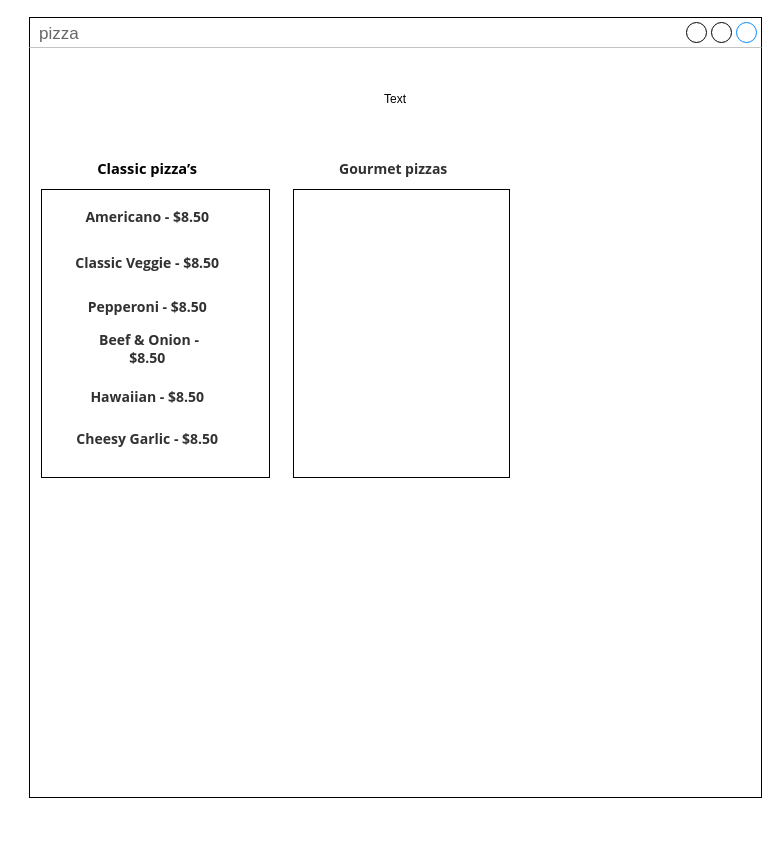
Earlier version of the draw.io diagram page "Page-1" (1 of 2) of Untitled Diagram.drawio (ASDAH-Digtal/pizza-program-mavehanisi2005). Source tidied: cells renumbered, new cells numbered last; positions are measured from the earlier drawing's top-left corner, leaving out a move shared by most shapes. Both pictures are drawn from the tidied source at 100%, with x=0, y=0 at pixel (29, 17).
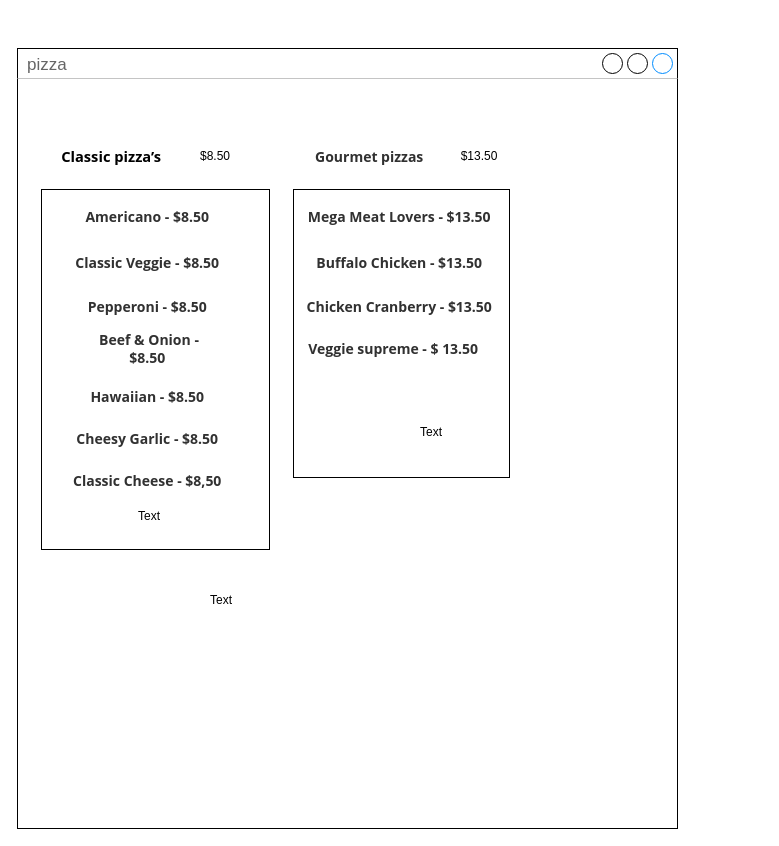
The same page after the edit.

Change to the diagram source:
```diff
@@
     <mxCell id="2" value="pizza&amp;nbsp;" style="strokeWidth=1;shadow=0;dashed=0;align=center;html=1;shape=mxgraph.mockup.containers.window;align=left;verticalAlign=top;spacingLeft=8;strokeColor2=#008cff;strokeColor3=#c4c4c4;fontColor=#666666;mainText=;fontSize=17;labelBackgroundColor=none;" parent="1" vertex="1">
-      <mxGeometry width="732" height="780" as="geometry" />
+      <mxGeometry x="-12" y="31" width="660" height="780" as="geometry" />
     </mxCell>
     <mxCell id="3" value="&#10;&#10;&lt;span lang=&quot;EN-US&quot; class=&quot;TextRun SCXW166447480 BCX0&quot; style=&quot;margin: 0px; padding: 0px; font-variant: normal; font-style: normal; letter-spacing: normal; text-align: left; text-indent: 0px; text-transform: none; word-spacing: 0px; background-color: rgb(255, 255, 255); color: rgb(49, 49, 49); font-size: 10.5pt; line-height: 17.2667px; font-family: &amp;quot;open sans&amp;quot;, &amp;quot;open sans_embeddedfont&amp;quot;, &amp;quot;open sans_msfontservice&amp;quot;, sans-serif; font-weight: bold;&quot;&gt;&lt;span class=&quot;NormalTextRun SCXW166447480 BCX0&quot; style=&quot;margin: 0px ; padding: 0px&quot;&gt;Gourmet pizzas&lt;/span&gt;&lt;/span&gt;&lt;span class=&quot;EOP SCXW166447480 BCX0&quot; style=&quot;margin: 0px; padding: 0px; font-style: normal; font-weight: 400; letter-spacing: normal; text-align: left; text-indent: 0px; text-transform: none; word-spacing: 0px; background-color: rgb(255, 255, 255); font-size: 10.5pt; line-height: 17.2667px; font-family: &amp;quot;open sans&amp;quot;, &amp;quot;open sans_embeddedfont&amp;quot;, &amp;quot;open sans_msfontservice&amp;quot;, sans-serif; color: rgb(49, 49, 49);&quot;&gt;&amp;nbsp;&lt;/span&gt;&#10;&#10;" style="text;html=1;strokeColor=none;fillColor=none;align=center;verticalAlign=middle;whiteSpace=wrap;rounded=0;" parent="1" vertex="1">
-      <mxGeometry x="300" y="136" width="132" height="30" as="geometry" />
+      <mxGeometry x="276" y="124" width="132" height="30" as="geometry" />
     </mxCell>
     <mxCell id="4" value="&#10;&#10;&lt;span lang=&quot;EN-US&quot; class=&quot;TextRun SCXW215827870 BCX0&quot; style=&quot;margin: 0px; padding: 0px; color: rgb(0, 0, 0); font-style: normal; letter-spacing: normal; text-align: left; text-indent: 0px; text-transform: none; word-spacing: 0px; background-color: rgb(255, 255, 255); font-size: 11pt; line-height: 18.3458px; font-family: &amp;quot;open sans&amp;quot;, &amp;quot;open sans_embeddedfont&amp;quot;, &amp;quot;open sans_msfontservice&amp;quot;, sans-serif; font-weight: bold;&quot;&gt;&lt;span class=&quot;NormalTextRun SCXW215827870 BCX0&quot; style=&quot;margin: 0px ; padding: 0px&quot;&gt;Classic&amp;nbsp;&lt;/span&gt;&lt;span class=&quot;NormalTextRun SCXW215827870 BCX0&quot; style=&quot;margin: 0px ; padding: 0px&quot;&gt;pizza’s&lt;/span&gt;&lt;/span&gt;&lt;span class=&quot;EOP SCXW215827870 BCX0&quot; style=&quot;margin: 0px; padding: 0px; color: rgb(0, 0, 0); font-style: normal; font-weight: 400; letter-spacing: normal; text-align: left; text-indent: 0px; text-transform: none; word-spacing: 0px; background-color: rgb(255, 255, 255); font-size: 11pt; line-height: 18.3458px; font-family: &amp;quot;open sans&amp;quot;, &amp;quot;open sans_embeddedfont&amp;quot;, &amp;quot;open sans_msfontservice&amp;quot;, sans-serif;&quot;&gt;&amp;nbsp;&lt;/span&gt;&#10;&#10;" style="text;html=1;strokeColor=none;fillColor=none;align=center;verticalAlign=middle;whiteSpace=wrap;rounded=0;" parent="1" vertex="1">
-      <mxGeometry x="60" y="136" width="120" height="30" as="geometry" />
+      <mxGeometry x="24" y="124" width="120" height="30" as="geometry" />
     </mxCell>
     <mxCell id="5" style="rounded=0;whiteSpace=wrap;html=1;" parent="1" vertex="1">
-      <mxGeometry x="12" y="172" width="228" height="288" as="geometry" />
+      <mxGeometry x="12" y="172" width="228" height="360" as="geometry" />
     </mxCell>
@@
-    <mxCell id="13" value="Text" style="text;html=1;strokeColor=none;fillColor=none;align=center;verticalAlign=middle;whiteSpace=wrap;rounded=0;" parent="1" vertex="1">
-      <mxGeometry x="192" y="40" width="348" height="84" as="geometry" />
-    </mxCell>
+    <mxCell id="14" value="&#10;&#10;&lt;span lang=&quot;EN-US&quot; class=&quot;TextRun SCXW154784667 BCX0&quot; style=&quot;margin: 0px; padding: 0px; font-variant: normal; font-style: normal; letter-spacing: normal; text-align: left; text-indent: 0px; text-transform: none; word-spacing: 0px; background-color: rgb(255, 255, 255); color: rgb(49, 49, 49); font-size: 10.5pt; line-height: 17.2667px; font-family: &amp;quot;open sans&amp;quot;, &amp;quot;open sans_embeddedfont&amp;quot;, &amp;quot;open sans_msfontservice&amp;quot;, sans-serif; font-weight: bold;&quot;&gt;&lt;span class=&quot;NormalTextRun SCXW154784667 BCX0&quot; style=&quot;margin: 0px ; padding: 0px&quot;&gt;Mega Meat Lovers - $13.50&lt;/span&gt;&lt;/span&gt;&lt;span class=&quot;EOP SCXW154784667 BCX0&quot; style=&quot;margin: 0px; padding: 0px; font-style: normal; font-weight: 400; letter-spacing: normal; text-align: left; text-indent: 0px; text-transform: none; word-spacing: 0px; background-color: rgb(255, 255, 255); font-size: 10.5pt; line-height: 17.2667px; font-family: &amp;quot;open sans&amp;quot;, &amp;quot;open sans_embeddedfont&amp;quot;, &amp;quot;open sans_msfontservice&amp;quot;, sans-serif; color: rgb(49, 49, 49);&quot;&gt;&amp;nbsp;&lt;/span&gt;&#10;&#10;" style="text;html=1;strokeColor=none;fillColor=none;align=center;verticalAlign=middle;whiteSpace=wrap;rounded=0;" parent="1" vertex="1">
+      <mxGeometry x="276" y="184" width="192" height="30" as="geometry" />
+    </mxCell>
+    <mxCell id="15" value="&#10;&#10;&lt;span lang=&quot;EN-US&quot; class=&quot;TextRun SCXW27006360 BCX0&quot; style=&quot;margin: 0px; padding: 0px; font-variant: normal; font-style: normal; letter-spacing: normal; text-align: left; text-indent: 0px; text-transform: none; word-spacing: 0px; background-color: rgb(255, 255, 255); color: rgb(49, 49, 49); font-size: 10.5pt; line-height: 17.2667px; font-family: &amp;quot;open sans&amp;quot;, &amp;quot;open sans_embeddedfont&amp;quot;, &amp;quot;open sans_msfontservice&amp;quot;, sans-serif; font-weight: bold;&quot;&gt;&lt;span class=&quot;NormalTextRun SCXW27006360 BCX0&quot; style=&quot;margin: 0px ; padding: 0px&quot;&gt;Buffalo Chicken - $13.50&lt;/span&gt;&lt;/span&gt;&lt;span class=&quot;EOP SCXW27006360 BCX0&quot; style=&quot;margin: 0px; padding: 0px; font-style: normal; font-weight: 400; letter-spacing: normal; text-align: left; text-indent: 0px; text-transform: none; word-spacing: 0px; background-color: rgb(255, 255, 255); font-size: 10.5pt; line-height: 17.2667px; font-family: &amp;quot;open sans&amp;quot;, &amp;quot;open sans_embeddedfont&amp;quot;, &amp;quot;open sans_msfontservice&amp;quot;, sans-serif; color: rgb(49, 49, 49);&quot;&gt;&amp;nbsp;&lt;/span&gt;&#10;&#10;" style="text;html=1;strokeColor=none;fillColor=none;align=center;verticalAlign=middle;whiteSpace=wrap;rounded=0;" parent="1" vertex="1">
+      <mxGeometry x="276" y="230" width="192" height="30" as="geometry" />
+    </mxCell>
+    <mxCell id="16" value="&#10;&#10;&lt;span lang=&quot;EN-US&quot; class=&quot;TextRun SCXW44908262 BCX0&quot; style=&quot;margin: 0px; padding: 0px; font-variant: normal; font-style: normal; letter-spacing: normal; text-align: left; text-indent: 0px; text-transform: none; word-spacing: 0px; background-color: rgb(255, 255, 255); color: rgb(49, 49, 49); font-size: 10.5pt; line-height: 17.2667px; font-family: &amp;quot;open sans&amp;quot;, &amp;quot;open sans_embeddedfont&amp;quot;, &amp;quot;open sans_msfontservice&amp;quot;, sans-serif; font-weight: bold;&quot;&gt;&lt;span class=&quot;NormalTextRun SCXW44908262 BCX0&quot; style=&quot;margin: 0px ; padding: 0px&quot;&gt;Chicken Cranberry - $13.50&lt;/span&gt;&lt;/span&gt;&lt;span class=&quot;EOP SCXW44908262 BCX0&quot; style=&quot;margin: 0px; padding: 0px; font-style: normal; font-weight: 400; letter-spacing: normal; text-align: left; text-indent: 0px; text-transform: none; word-spacing: 0px; background-color: rgb(255, 255, 255); font-size: 10.5pt; line-height: 17.2667px; font-family: &amp;quot;open sans&amp;quot;, &amp;quot;open sans_embeddedfont&amp;quot;, &amp;quot;open sans_msfontservice&amp;quot;, sans-serif; color: rgb(49, 49, 49);&quot;&gt;&amp;nbsp;&lt;/span&gt;&#10;&#10;" style="text;html=1;strokeColor=none;fillColor=none;align=center;verticalAlign=middle;whiteSpace=wrap;rounded=0;" parent="1" vertex="1">
+      <mxGeometry x="276" y="274" width="192" height="30" as="geometry" />
+    </mxCell>
+    <mxCell id="17" value="&#10;&#10;&lt;span lang=&quot;EN-US&quot; class=&quot;TextRun SCXW116794727 BCX0&quot; style=&quot;margin: 0px; padding: 0px; font-variant: normal; font-style: normal; letter-spacing: normal; text-align: left; text-indent: 0px; text-transform: none; word-spacing: 0px; background-color: rgb(255, 255, 255); color: rgb(49, 49, 49); font-size: 10.5pt; line-height: 17.2667px; font-family: &amp;quot;open sans&amp;quot;, &amp;quot;open sans_embeddedfont&amp;quot;, &amp;quot;open sans_msfontservice&amp;quot;, sans-serif; font-weight: bold;&quot;&gt;&lt;span class=&quot;NormalTextRun SCXW116794727 BCX0&quot; style=&quot;margin: 0px ; padding: 0px&quot;&gt;Veggie supreme - $ 13.50&lt;/span&gt;&lt;/span&gt;&lt;span class=&quot;EOP SCXW116794727 BCX0&quot; style=&quot;margin: 0px; padding: 0px; font-style: normal; font-weight: 400; letter-spacing: normal; text-align: left; text-indent: 0px; text-transform: none; word-spacing: 0px; background-color: rgb(255, 255, 255); font-size: 10.5pt; line-height: 17.2667px; font-family: &amp;quot;open sans&amp;quot;, &amp;quot;open sans_embeddedfont&amp;quot;, &amp;quot;open sans_msfontservice&amp;quot;, sans-serif; color: rgb(49, 49, 49);&quot;&gt;&amp;nbsp;&lt;/span&gt;&#10;&#10;" style="text;html=1;strokeColor=none;fillColor=none;align=center;verticalAlign=middle;whiteSpace=wrap;rounded=0;" parent="1" vertex="1">
+      <mxGeometry x="276" y="316" width="180" height="30" as="geometry" />
+    </mxCell>
+    <mxCell id="18" value="&#10;&#10;&lt;span lang=&quot;EN-US&quot; class=&quot;TextRun SCXW175152311 BCX0&quot; style=&quot;margin: 0px; padding: 0px; font-variant: normal; font-style: normal; letter-spacing: normal; text-align: left; text-indent: 0px; text-transform: none; word-spacing: 0px; background-color: rgb(255, 255, 255); color: rgb(49, 49, 49); font-size: 10.5pt; line-height: 17.2667px; font-family: &amp;quot;open sans&amp;quot;, &amp;quot;open sans_embeddedfont&amp;quot;, &amp;quot;open sans_msfontservice&amp;quot;, sans-serif; font-weight: bold;&quot;&gt;&lt;span class=&quot;NormalTextRun SCXW175152311 BCX0&quot; style=&quot;margin: 0px ; padding: 0px&quot;&gt;Classic Cheese - $8,50&lt;/span&gt;&lt;/span&gt;&lt;span class=&quot;EOP SCXW175152311 BCX0&quot; style=&quot;margin: 0px; padding: 0px; font-style: normal; font-weight: 400; letter-spacing: normal; text-align: left; text-indent: 0px; text-transform: none; word-spacing: 0px; background-color: rgb(255, 255, 255); font-size: 10.5pt; line-height: 17.2667px; font-family: &amp;quot;open sans&amp;quot;, &amp;quot;open sans_embeddedfont&amp;quot;, &amp;quot;open sans_msfontservice&amp;quot;, sans-serif; color: rgb(49, 49, 49);&quot;&gt;&amp;nbsp;&lt;/span&gt;&#10;&#10;" style="text;html=1;strokeColor=none;fillColor=none;align=center;verticalAlign=middle;whiteSpace=wrap;rounded=0;" parent="1" vertex="1">
+      <mxGeometry x="36" y="448" width="168" height="30" as="geometry" />
+    </mxCell>
+    <mxCell id="19" value="Text" style="text;html=1;strokeColor=none;fillColor=none;align=center;verticalAlign=middle;whiteSpace=wrap;rounded=0;" parent="1" vertex="1">
+      <mxGeometry x="36" y="484" width="168" height="30" as="geometry" />
+    </mxCell>
+    <mxCell id="20" value="$8.50" style="text;html=1;strokeColor=none;fillColor=none;align=center;verticalAlign=middle;whiteSpace=wrap;rounded=0;" parent="1" vertex="1">
+      <mxGeometry x="156" y="124" width="60" height="30" as="geometry" />
+    </mxCell>
+    <mxCell id="21" value="$13.50" style="text;html=1;strokeColor=none;fillColor=none;align=center;verticalAlign=middle;whiteSpace=wrap;rounded=0;" parent="1" vertex="1">
+      <mxGeometry x="420" y="124" width="60" height="30" as="geometry" />
+    </mxCell>
+    <mxCell id="22" value="Text" style="text;html=1;strokeColor=none;fillColor=none;align=center;verticalAlign=middle;whiteSpace=wrap;rounded=0;" parent="1" vertex="1">
+      <mxGeometry x="372" y="400" width="60" height="30" as="geometry" />
+    </mxCell>
+    <mxCell id="23" value="Text" style="text;html=1;strokeColor=none;fillColor=none;align=center;verticalAlign=middle;whiteSpace=wrap;rounded=0;" parent="1" vertex="1">
+      <mxGeometry x="12" y="568" width="360" height="30" as="geometry" />
+    </mxCell>
```
